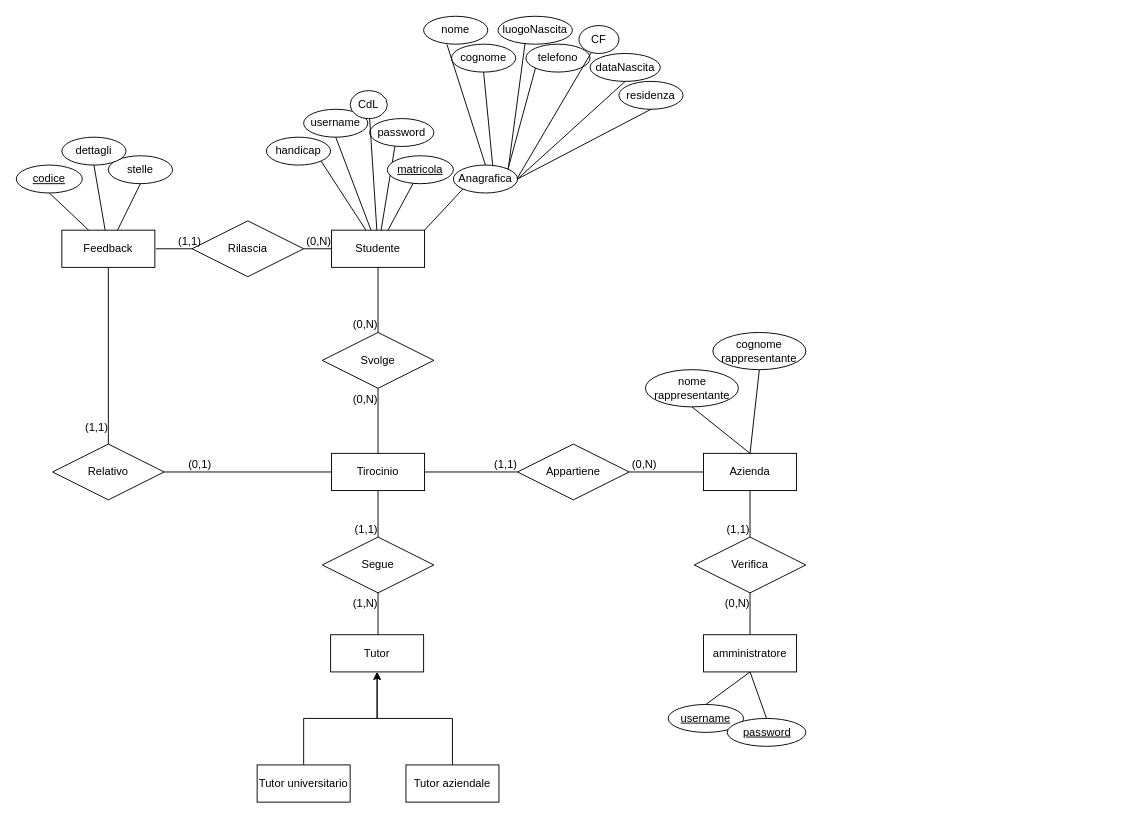
Above: page "Page-1" (1 of 2) of primo er tirocini.drawio in Carmine-Pittella/Lab_dati_MySQL (draw.io), before the change. Source tidied: cells renumbered, new cells numbered last; positions are measured from the earlier drawing's top-left corner, leaving out a move shared by most shapes. Both pictures are drawn from the tidied source at 93%, with x=0, y=0 at pixel (16, 16).
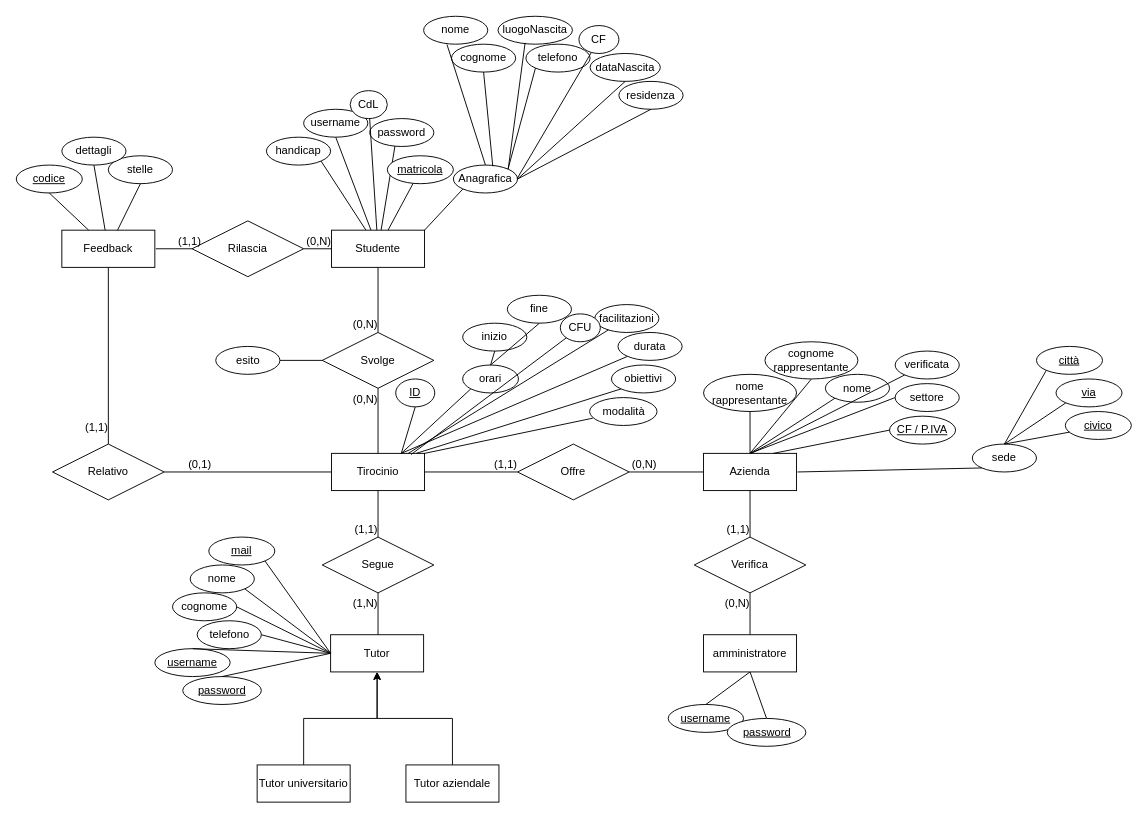
The same diagram, later.

The change refers to these unchanged cells:
```xml
<mxCell id="3" value="Tirocinio" style="whiteSpace=wrap;html=1;align=center;" parent="1" vertex="1">
  <mxGeometry x="339" y="470" width="100" height="40" as="geometry" />
</mxCell>
<mxCell id="6" value="Azienda" style="whiteSpace=wrap;html=1;align=center;" parent="1" vertex="1">
  <mxGeometry x="739" y="470" width="100" height="40" as="geometry" />
</mxCell>
<mxCell id="10" value="Svolge&lt;br&gt;" style="shape=rhombus;perimeter=rhombusPerimeter;whiteSpace=wrap;html=1;align=center;" parent="1" vertex="1">
  <mxGeometry x="329" y="340" width="120" height="60" as="geometry" />
</mxCell>
<mxCell id="35" value="Tutor" style="whiteSpace=wrap;html=1;align=center;" parent="1" vertex="1">
  <mxGeometry x="338" y="665" width="100" height="40" as="geometry" />
</mxCell>
```

What changed in the source:
```diff
@@
-    <mxCell id="15" value="Appartiene" style="shape=rhombus;perimeter=rhombusPerimeter;whiteSpace=wrap;html=1;align=center;" parent="1" vertex="1">
+    <mxCell id="15" value="Offre" style="shape=rhombus;perimeter=rhombusPerimeter;whiteSpace=wrap;html=1;align=center;" parent="1" vertex="1">
       <mxGeometry x="539" y="460" width="120" height="60" as="geometry" />
     </mxCell>
@@
     <mxCell id="78" value="nome&lt;br&gt;rappresentante" style="ellipse;whiteSpace=wrap;html=1;align=center;" parent="1" vertex="1">
-      <mxGeometry x="676.5" y="380" width="100" height="40" as="geometry" />
+      <mxGeometry x="739" y="385" width="100" height="40" as="geometry" />
     </mxCell>
     <mxCell id="79" value="cognome&lt;br&gt;rappresentante" style="ellipse;whiteSpace=wrap;html=1;align=center;" parent="1" vertex="1">
-      <mxGeometry x="749" y="340" width="100" height="40" as="geometry" />
+      <mxGeometry x="805" y="350" width="100" height="40" as="geometry" />
     </mxCell>
@@
+    <mxCell id="82" value="nome" style="ellipse;whiteSpace=wrap;html=1;align=center;" parent="1" vertex="1">
+      <mxGeometry x="870" y="385" width="69" height="30" as="geometry" />
+    </mxCell>
+    <mxCell id="83" value="verificata" style="ellipse;whiteSpace=wrap;html=1;align=center;" parent="1" vertex="1">
+      <mxGeometry x="945" y="360" width="69" height="30" as="geometry" />
+    </mxCell>
+    <mxCell id="84" value="settore" style="ellipse;whiteSpace=wrap;html=1;align=center;" parent="1" vertex="1">
+      <mxGeometry x="945" y="395" width="69" height="30" as="geometry" />
+    </mxCell>
+    <mxCell id="85" value="CF / P.IVA" style="ellipse;whiteSpace=wrap;html=1;align=center;fontStyle=4;" parent="1" vertex="1">
+      <mxGeometry x="939" y="430" width="71" height="30" as="geometry" />
+    </mxCell>
+    <mxCell id="86" style="endArrow=none;html=1;entryX=0;entryY=1;entryDx=0;entryDy=0;exitX=0.5;exitY=0;exitDx=0;exitDy=0;" parent="1" edge="1" source="6" target="82">
+      <mxGeometry relative="1" as="geometry" />
+    </mxCell>
+    <mxCell id="87" style="endArrow=none;html=1;entryX=0;entryY=1;entryDx=0;entryDy=0;" parent="1" edge="1" target="83">
+      <mxGeometry relative="1" as="geometry">
+        <mxPoint x="790" y="470" as="sourcePoint" />
+      </mxGeometry>
+    </mxCell>
+    <mxCell id="88" style="endArrow=none;html=1;entryX=0;entryY=0.5;entryDx=0;entryDy=0;exitX=0.5;exitY=0;exitDx=0;exitDy=0;" parent="1" edge="1" source="6" target="84">
+      <mxGeometry relative="1" as="geometry" />
+    </mxCell>
+    <mxCell id="89" style="endArrow=none;html=1;entryX=0;entryY=0.5;entryDx=0;entryDy=0;exitX=0.75;exitY=0;exitDx=0;exitDy=0;" parent="1" edge="1" source="6" target="85">
+      <mxGeometry relative="1" as="geometry" />
+    </mxCell>
+    <mxCell id="90" value="sede" style="ellipse;whiteSpace=wrap;html=1;align=center;" parent="1" vertex="1">
+      <mxGeometry x="1028" y="460" width="69" height="30" as="geometry" />
+    </mxCell>
+    <mxCell id="91" value="città" style="ellipse;whiteSpace=wrap;html=1;align=center;fontStyle=4;" parent="1" vertex="1">
+      <mxGeometry x="1097" y="355" width="71" height="30" as="geometry" />
+    </mxCell>
+    <mxCell id="92" value="via" style="ellipse;whiteSpace=wrap;html=1;align=center;fontStyle=4;" parent="1" vertex="1">
+      <mxGeometry x="1118" y="390" width="71" height="30" as="geometry" />
+    </mxCell>
+    <mxCell id="93" value="civico" style="ellipse;whiteSpace=wrap;html=1;align=center;fontStyle=4;" parent="1" vertex="1">
+      <mxGeometry x="1128" y="425" width="71" height="30" as="geometry" />
+    </mxCell>
+    <mxCell id="94" style="endArrow=none;html=1;entryX=0;entryY=1;entryDx=0;entryDy=0;exitX=0.5;exitY=0;exitDx=0;exitDy=0;" parent="1" edge="1" source="90" target="91">
+      <mxGeometry relative="1" as="geometry" />
+    </mxCell>
+    <mxCell id="95" style="endArrow=none;html=1;entryX=0;entryY=1;entryDx=0;entryDy=0;exitX=0.5;exitY=0;exitDx=0;exitDy=0;" parent="1" edge="1" source="90" target="92">
+      <mxGeometry relative="1" as="geometry" />
+    </mxCell>
+    <mxCell id="96" style="endArrow=none;html=1;entryX=0.063;entryY=0.739;entryDx=0;entryDy=0;entryPerimeter=0;exitX=0.5;exitY=0;exitDx=0;exitDy=0;" parent="1" edge="1" source="90" target="93">
+      <mxGeometry relative="1" as="geometry" />
+    </mxCell>
+    <mxCell id="97" style="endArrow=none;html=1;entryX=0;entryY=1;entryDx=0;entryDy=0;" parent="1" edge="1" target="90">
+      <mxGeometry relative="1" as="geometry">
+        <mxPoint x="840" y="490" as="sourcePoint" />
+      </mxGeometry>
+    </mxCell>
+    <mxCell id="98" value="mail" style="ellipse;whiteSpace=wrap;html=1;align=center;fontStyle=4;" parent="1" vertex="1">
+      <mxGeometry x="207" y="560" width="71" height="30" as="geometry" />
+    </mxCell>
+    <mxCell id="99" value="nome" style="ellipse;whiteSpace=wrap;html=1;align=center;" parent="1" vertex="1">
+      <mxGeometry x="187" y="590" width="69" height="30" as="geometry" />
+    </mxCell>
+    <mxCell id="100" value="cognome" style="ellipse;whiteSpace=wrap;html=1;align=center;" parent="1" vertex="1">
+      <mxGeometry x="168" y="620" width="69" height="30" as="geometry" />
+    </mxCell>
+    <mxCell id="101" value="telefono" style="ellipse;whiteSpace=wrap;html=1;align=center;" parent="1" vertex="1">
+      <mxGeometry x="194.5" y="650" width="69" height="30" as="geometry" />
+    </mxCell>
+    <mxCell id="102" style="endArrow=none;html=1;exitX=1;exitY=1;exitDx=0;exitDy=0;entryX=0;entryY=0.5;entryDx=0;entryDy=0;" parent="1" edge="1" source="98" target="35">
+      <mxGeometry relative="1" as="geometry" />
+    </mxCell>
+    <mxCell id="103" style="endArrow=none;html=1;exitX=1;exitY=1;exitDx=0;exitDy=0;entryX=0;entryY=0.5;entryDx=0;entryDy=0;" parent="1" edge="1" source="99" target="35">
+      <mxGeometry relative="1" as="geometry" />
+    </mxCell>
+    <mxCell id="104" style="endArrow=none;html=1;exitX=1;exitY=0.5;exitDx=0;exitDy=0;entryX=0;entryY=0.5;entryDx=0;entryDy=0;" parent="1" edge="1" source="100" target="35">
+      <mxGeometry relative="1" as="geometry" />
+    </mxCell>
+    <mxCell id="105" style="endArrow=none;html=1;exitX=1;exitY=0.5;exitDx=0;exitDy=0;entryX=0;entryY=0.5;entryDx=0;entryDy=0;" parent="1" edge="1" source="101" target="35">
+      <mxGeometry relative="1" as="geometry" />
+    </mxCell>
+    <mxCell id="106" value="orari" style="ellipse;whiteSpace=wrap;html=1;align=center;" parent="1" vertex="1">
+      <mxGeometry x="480" y="375" width="60" height="30" as="geometry" />
+    </mxCell>
+    <mxCell id="107" value="inizio" style="ellipse;whiteSpace=wrap;html=1;align=center;" parent="1" vertex="1">
+      <mxGeometry x="480" y="330" width="69" height="30" as="geometry" />
+    </mxCell>
+    <mxCell id="108" value="fine" style="ellipse;whiteSpace=wrap;html=1;align=center;" parent="1" vertex="1">
+      <mxGeometry x="528" y="300" width="69" height="30" as="geometry" />
+    </mxCell>
+    <mxCell id="109" style="endArrow=none;html=1;entryX=0.5;entryY=1;entryDx=0;entryDy=0;exitX=0.5;exitY=0;exitDx=0;exitDy=0;" parent="1" edge="1" source="106" target="107">
+      <mxGeometry relative="1" as="geometry" />
+    </mxCell>
+    <mxCell id="110" style="endArrow=none;html=1;exitX=0.5;exitY=0;exitDx=0;exitDy=0;entryX=0.5;entryY=1;entryDx=0;entryDy=0;" parent="1" edge="1" source="106" target="108">
+      <mxGeometry relative="1" as="geometry" />
+    </mxCell>
+    <mxCell id="111" style="endArrow=none;html=1;exitX=0.75;exitY=0;exitDx=0;exitDy=0;entryX=0;entryY=1;entryDx=0;entryDy=0;" parent="1" edge="1" source="3" target="106">
+      <mxGeometry relative="1" as="geometry" />
+    </mxCell>
+    <mxCell id="112" value="durata" style="ellipse;whiteSpace=wrap;html=1;align=center;" parent="1" vertex="1">
+      <mxGeometry x="647" y="340" width="69" height="30" as="geometry" />
+    </mxCell>
+    <mxCell id="113" value="modalità" style="ellipse;whiteSpace=wrap;html=1;align=center;" parent="1" vertex="1">
+      <mxGeometry x="616.5" y="410" width="72.5" height="30" as="geometry" />
+    </mxCell>
+    <mxCell id="114" value="obiettivi" style="ellipse;whiteSpace=wrap;html=1;align=center;" parent="1" vertex="1">
+      <mxGeometry x="640" y="375" width="69" height="30" as="geometry" />
+    </mxCell>
+    <mxCell id="115" value="facilitazioni" style="ellipse;whiteSpace=wrap;html=1;align=center;" parent="1" vertex="1">
+      <mxGeometry x="622" y="310" width="69" height="30" as="geometry" />
+    </mxCell>
+    <mxCell id="116" value="CFU" style="ellipse;whiteSpace=wrap;html=1;align=center;" parent="1" vertex="1">
+      <mxGeometry x="585" y="320" width="43" height="30" as="geometry" />
+    </mxCell>
+    <mxCell id="117" value="esito" style="ellipse;whiteSpace=wrap;html=1;align=center;" parent="1" vertex="1">
+      <mxGeometry x="214.5" y="355" width="69" height="30" as="geometry" />
+    </mxCell>
+    <mxCell id="118" style="endArrow=none;html=1;exitX=0;exitY=0.5;exitDx=0;exitDy=0;entryX=1;entryY=0.5;entryDx=0;entryDy=0;" parent="1" edge="1" source="10" target="117">
+      <mxGeometry relative="1" as="geometry" />
+    </mxCell>
+    <mxCell id="119" style="endArrow=none;html=1;exitX=1;exitY=0;exitDx=0;exitDy=0;entryX=0.046;entryY=0.739;entryDx=0;entryDy=0;entryPerimeter=0;" parent="1" edge="1" source="3" target="113">
+      <mxGeometry relative="1" as="geometry" />
+    </mxCell>
+    <mxCell id="120" style="endArrow=none;html=1;entryX=0;entryY=1;entryDx=0;entryDy=0;" parent="1" edge="1" target="114">
+      <mxGeometry relative="1" as="geometry">
+        <mxPoint x="430" y="470" as="sourcePoint" />
+      </mxGeometry>
+    </mxCell>
+    <mxCell id="121" style="endArrow=none;html=1;entryX=0;entryY=1;entryDx=0;entryDy=0;exitX=0.855;exitY=0.032;exitDx=0;exitDy=0;exitPerimeter=0;" parent="1" edge="1" source="3" target="116">
+      <mxGeometry relative="1" as="geometry" />
+    </mxCell>
+    <mxCell id="122" style="endArrow=none;html=1;" parent="1" edge="1" source="3" target="115">
+      <mxGeometry relative="1" as="geometry" />
+    </mxCell>
+    <mxCell id="123" style="endArrow=none;html=1;exitX=0.75;exitY=0;exitDx=0;exitDy=0;entryX=0;entryY=1;entryDx=0;entryDy=0;" parent="1" edge="1" source="3" target="112">
+      <mxGeometry relative="1" as="geometry" />
+    </mxCell>
+    <mxCell id="124" value="ID" style="ellipse;whiteSpace=wrap;html=1;align=center;fontStyle=4;" parent="1" vertex="1">
+      <mxGeometry x="408" y="390" width="42" height="30" as="geometry" />
+    </mxCell>
+    <mxCell id="125" style="endArrow=none;html=1;entryX=0.5;entryY=1;entryDx=0;entryDy=0;exitX=0.75;exitY=0;exitDx=0;exitDy=0;" parent="1" edge="1" source="3" target="124">
+      <mxGeometry relative="1" as="geometry" />
+    </mxCell>
+    <mxCell id="126" value="username" style="ellipse;whiteSpace=wrap;html=1;align=center;fontStyle=4;" parent="1" vertex="1">
+      <mxGeometry x="149" y="680" width="81" height="30" as="geometry" />
+    </mxCell>
+    <mxCell id="127" value="password" style="ellipse;whiteSpace=wrap;html=1;align=center;fontStyle=4;" parent="1" vertex="1">
+      <mxGeometry x="179" y="710" width="84.5" height="30" as="geometry" />
+    </mxCell>
+    <mxCell id="128" style="endArrow=none;html=1;entryX=0;entryY=0.5;entryDx=0;entryDy=0;exitX=0.5;exitY=0;exitDx=0;exitDy=0;" parent="1" edge="1" source="126" target="35">
+      <mxGeometry relative="1" as="geometry" />
+    </mxCell>
+    <mxCell id="129" style="endArrow=none;html=1;entryX=0;entryY=0.5;entryDx=0;entryDy=0;exitX=0.5;exitY=0;exitDx=0;exitDy=0;" parent="1" edge="1" source="127" target="35">
+      <mxGeometry relative="1" as="geometry" />
+    </mxCell>
```
